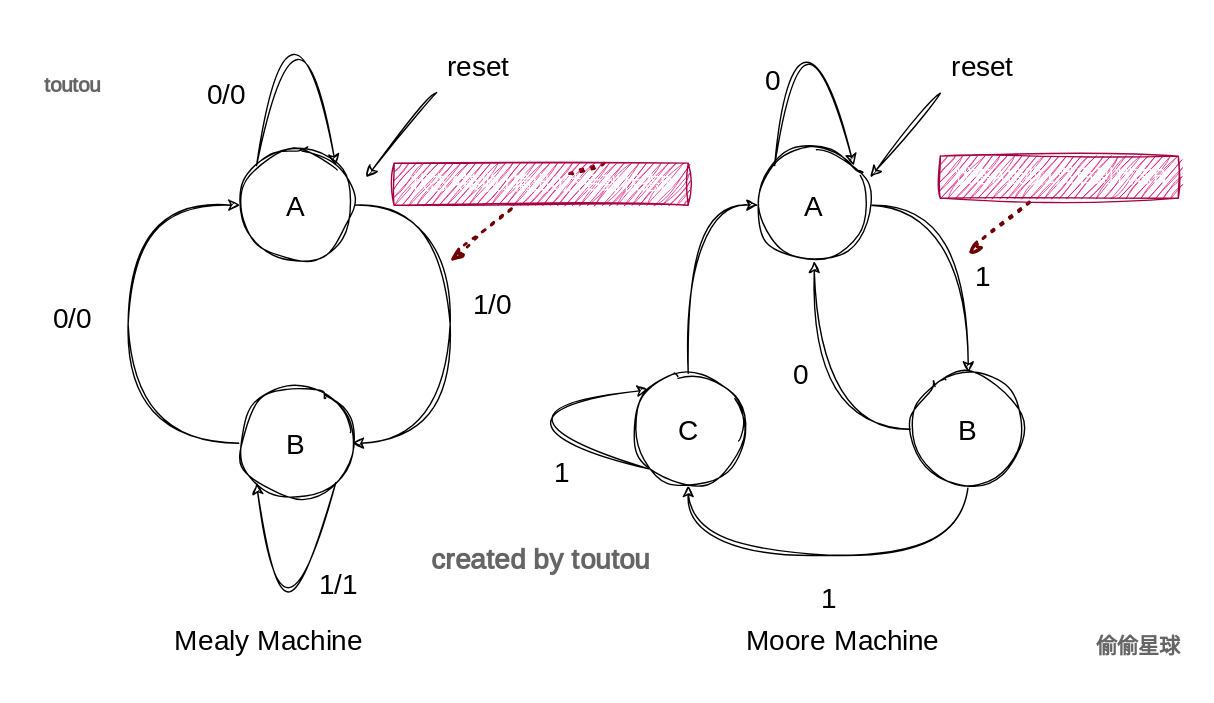
This is img/DC/fsm.svg from Khan3x/khan3x.github.io, a draw.io export, as it was before one commit. Source tidied: cells renumbered, new cells last; positions are measured from the earlier drawing's top-left corner, leaving out a move shared by most shapes.
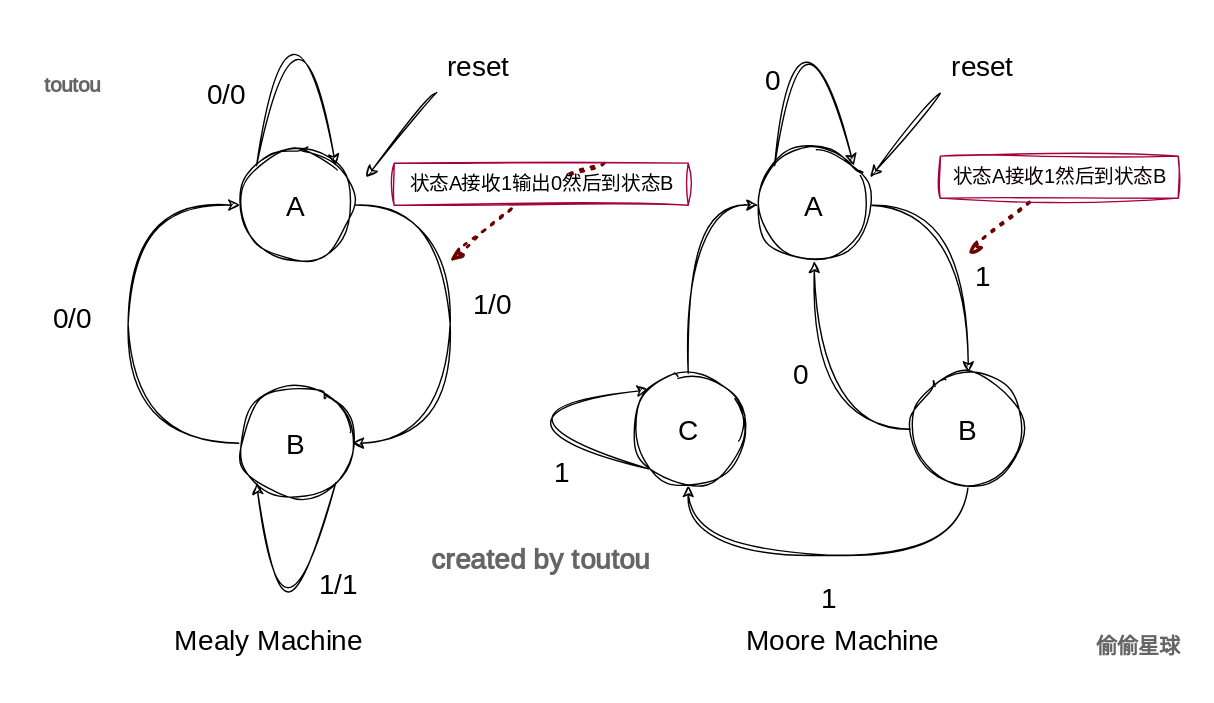
The same file after the commit.

Change to the diagram source:
```diff
@@ -139,7 +139,7 @@
         <mxPoint x="321" y="220" as="sourcePoint" />
       </mxGeometry>
     </mxCell>
-    <mxCell id="34" value="状态A接收1输出0然后到状态B" style="text;html=1;align=center;verticalAlign=middle;points=[];strokeColor=#A50040;fillColor=#d80073;fontSize=14;fontFamily=Architects Daughter;sketch=1;hachureGap=4;jiggle=2;curveFitting=1;fontSource=https%3A%2F%2Ffonts.googleapis.com%2Fcss%3Ffamily%3DArchitects%2BDaughter;fontColor=#ffffff;" parent="1" vertex="1">
+    <mxCell id="34" value="状态A接收1输出0然后到状态B" style="text;html=1;align=center;verticalAlign=middle;points=[];strokeColor=#A50040;fillColor=none;fontSize=14;fontFamily=Architects Daughter;sketch=1;hachureGap=4;jiggle=2;curveFitting=1;fontSource=https%3A%2F%2Ffonts.googleapis.com%2Fcss%3Ffamily%3DArchitects%2BDaughter;fontColor=#000000;" parent="1" vertex="1">
       <mxGeometry x="281" y="150" width="210" height="30" as="geometry" />
     </mxCell>
     <mxCell id="35" style="endArrow=none;dashed=1;html=1;dashPattern=1 3;strokeWidth=2;sketch=1;hachureGap=4;jiggle=2;curveFitting=1;fontFamily=Architects Daughter;fontSource=https%3A%2F%2Ffonts.googleapis.com%2Fcss%3Ffamily%3DArchitects%2BDaughter;fontSize=16;curved=1;endFill=0;startArrow=classicThin;startFill=0;fillColor=#a20025;strokeColor=#6F0000;" parent="1" edge="1" target="36">
@@ -147,7 +147,7 @@
         <mxPoint x="691" y="215" as="sourcePoint" />
       </mxGeometry>
     </mxCell>
-    <mxCell id="36" value="状态A接收1然后到状态B" style="text;html=1;align=center;verticalAlign=middle;points=[];strokeColor=#A50040;fillColor=#d80073;fontSize=14;fontFamily=Architects Daughter;sketch=1;hachureGap=4;jiggle=2;curveFitting=1;fontSource=https%3A%2F%2Ffonts.googleapis.com%2Fcss%3Ffamily%3DArchitects%2BDaughter;fontColor=#ffffff;" parent="1" vertex="1">
+    <mxCell id="36" value="状态A接收1然后到状态B" style="text;html=1;align=center;verticalAlign=middle;points=[];strokeColor=#A50040;fillColor=none;fontSize=14;fontFamily=Architects Daughter;sketch=1;hachureGap=4;jiggle=2;curveFitting=1;fontSource=https%3A%2F%2Ffonts.googleapis.com%2Fcss%3Ffamily%3DArchitects%2BDaughter;fontColor=#0e0101;" parent="1" vertex="1">
       <mxGeometry x="671" y="145" width="170" height="30" as="geometry" />
     </mxCell>
     <mxCell id="37" value="&lt;h1&gt;&lt;font style=&quot;font-size: 20px;&quot;&gt;created by toutou&lt;/font&gt;&lt;br&gt;&lt;/h1&gt;" style="text;html=1;strokeColor=none;fillColor=none;align=center;verticalAlign=middle;whiteSpace=wrap;rounded=0;shadow=1;fontFamily=Architects Daughter;textOpacity=60;fontSource=https%3A%2F%2Ffonts.googleapis.com%2Fcss%3Ffamily%3DArchitects%2BDaughter;sketch=1;curveFitting=1;jiggle=2;labelBackgroundColor=none;fontColor=default;hachureGap=4;fontSize=20;" parent="1" vertex="1">
```
